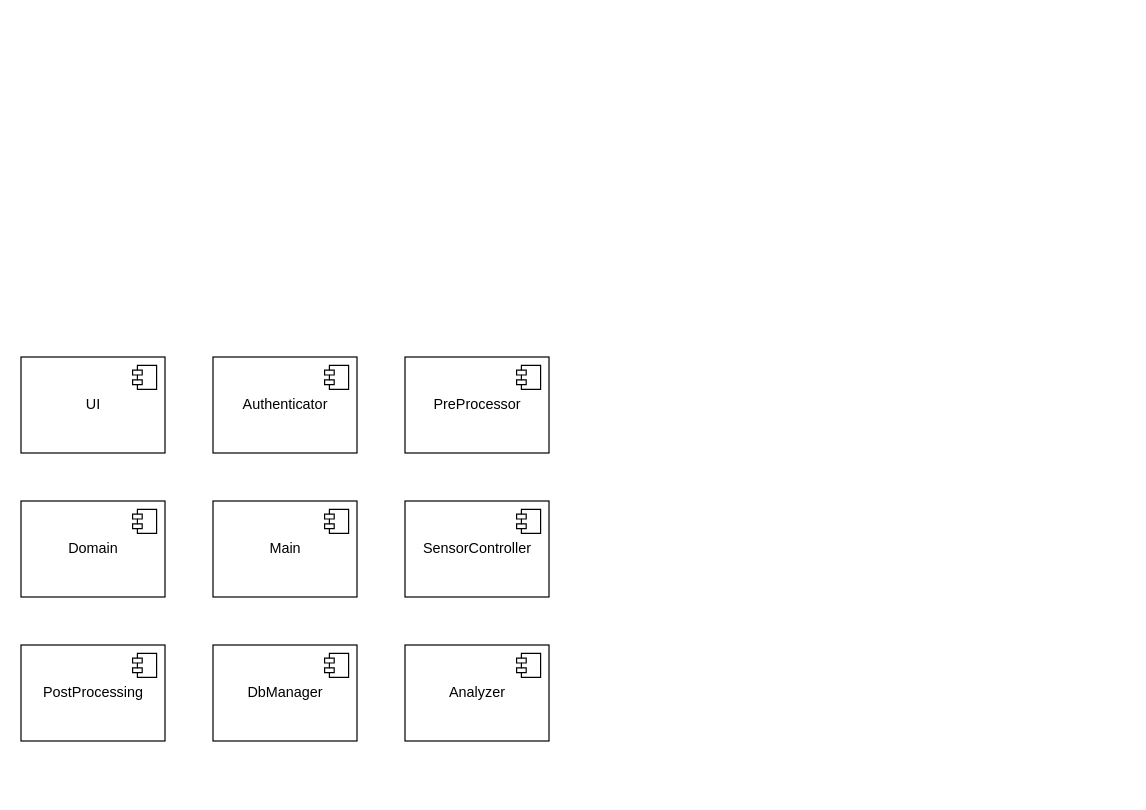
Earlier version of the draw.io diagram UML/Architecture.drawio (LuisCarlosRojasTorres/CARBsoft.FishNet.Documentation). Source tidied: cells renumbered, new cells numbered last; positions are measured from the earlier drawing's top-left corner, leaving out a move shared by most shapes. Both pictures are drawn from the tidied source at 120%, with x=0, y=0 at pixel (20, 356).
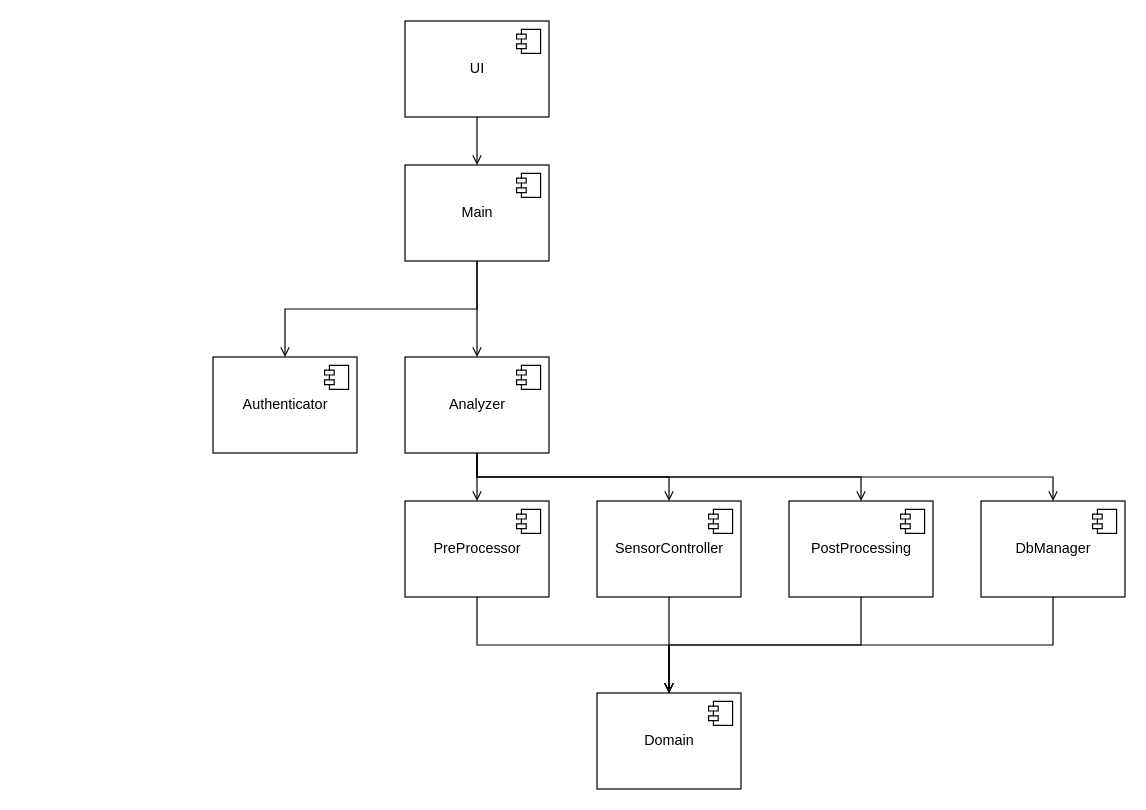
After the change.

Commit message (it also covers changes not shown here):
Added structure to components

Unchanged cells that the change refers to:
```xml
<mxCell id="4" value="Authenticator" style="html=1;" parent="1" vertex="1">
  <mxGeometry x="160" width="120" height="80" as="geometry" />
</mxCell>
```

Change to the diagram source:
```diff
@@
+    <mxCell id="20" style="edgeStyle=orthogonalEdgeStyle;rounded=0;jettySize=auto;html=1;exitX=0.5;exitY=1;exitDx=0;exitDy=0;endArrow=open;endFill=0;" parent="1" edge="1" source="2" target="10">
+      <mxGeometry relative="1" as="geometry" />
+    </mxCell>
     <mxCell id="2" value="UI" style="html=1;" parent="1" vertex="1">
-      <mxGeometry width="120" height="80" as="geometry" />
+      <mxGeometry x="320" y="-280" width="120" height="80" as="geometry" />
     </mxCell>
@@
+    <mxCell id="21" style="edgeStyle=orthogonalEdgeStyle;rounded=0;jettySize=auto;html=1;exitX=0.5;exitY=1;exitDx=0;exitDy=0;endArrow=open;endFill=0;" parent="1" edge="1" source="6" target="12">
+      <mxGeometry relative="1" as="geometry" />
+    </mxCell>
     <mxCell id="6" value="PreProcessor" style="html=1;" parent="1" vertex="1">
-      <mxGeometry x="320" width="120" height="80" as="geometry" />
+      <mxGeometry x="320" y="120" width="120" height="80" as="geometry" />
     </mxCell>
@@
+    <mxCell id="22" style="edgeStyle=orthogonalEdgeStyle;rounded=0;jettySize=auto;html=1;exitX=0.5;exitY=1;exitDx=0;exitDy=0;endArrow=open;endFill=0;" parent="1" edge="1" source="8" target="12">
+      <mxGeometry relative="1" as="geometry" />
+    </mxCell>
     <mxCell id="8" value="SensorController" style="html=1;" parent="1" vertex="1">
-      <mxGeometry x="320" y="120" width="120" height="80" as="geometry" />
+      <mxGeometry x="480" y="120" width="120" height="80" as="geometry" />
     </mxCell>
@@
+    <mxCell id="23" style="edgeStyle=orthogonalEdgeStyle;rounded=0;jettySize=auto;html=1;exitX=0.5;exitY=1;exitDx=0;exitDy=0;entryX=0.5;entryY=0;entryDx=0;entryDy=0;endArrow=open;endFill=0;" parent="1" edge="1" source="10" target="14">
+      <mxGeometry relative="1" as="geometry" />
+    </mxCell>
+    <mxCell id="24" style="edgeStyle=orthogonalEdgeStyle;rounded=0;jettySize=auto;html=1;exitX=0.5;exitY=1;exitDx=0;exitDy=0;endArrow=open;endFill=0;" parent="1" edge="1" source="10" target="4">
+      <mxGeometry relative="1" as="geometry" />
+    </mxCell>
     <mxCell id="10" value="Main" style="html=1;" parent="1" vertex="1">
-      <mxGeometry x="160" y="120" width="120" height="80" as="geometry" />
+      <mxGeometry x="320" y="-160" width="120" height="80" as="geometry" />
     </mxCell>
@@
     <mxCell id="12" value="Domain" style="html=1;" parent="1" vertex="1">
-      <mxGeometry y="120" width="120" height="80" as="geometry" />
+      <mxGeometry x="480" y="280" width="120" height="80" as="geometry" />
     </mxCell>
@@
+    <mxCell id="25" style="edgeStyle=orthogonalEdgeStyle;rounded=0;jettySize=auto;html=1;exitX=0.5;exitY=1;exitDx=0;exitDy=0;endArrow=open;endFill=0;" parent="1" edge="1" source="14" target="6">
+      <mxGeometry relative="1" as="geometry" />
+    </mxCell>
+    <mxCell id="26" style="edgeStyle=orthogonalEdgeStyle;rounded=0;jettySize=auto;html=1;exitX=0.5;exitY=1;exitDx=0;exitDy=0;endArrow=open;endFill=0;" parent="1" edge="1" source="14" target="8">
+      <mxGeometry relative="1" as="geometry" />
+    </mxCell>
+    <mxCell id="27" style="edgeStyle=orthogonalEdgeStyle;rounded=0;jettySize=auto;html=1;exitX=0.5;exitY=1;exitDx=0;exitDy=0;endArrow=open;endFill=0;" parent="1" edge="1" source="14" target="18">
+      <mxGeometry relative="1" as="geometry" />
+    </mxCell>
+    <mxCell id="28" style="edgeStyle=orthogonalEdgeStyle;rounded=0;jettySize=auto;html=1;exitX=0.5;exitY=1;exitDx=0;exitDy=0;endArrow=open;endFill=0;" parent="1" edge="1" source="14" target="16">
+      <mxGeometry relative="1" as="geometry" />
+    </mxCell>
     <mxCell id="14" value="Analyzer" style="html=1;" parent="1" vertex="1">
-      <mxGeometry x="320" y="240" width="120" height="80" as="geometry" />
+      <mxGeometry x="320" width="120" height="80" as="geometry" />
     </mxCell>
@@
+    <mxCell id="29" style="edgeStyle=orthogonalEdgeStyle;rounded=0;jettySize=auto;html=1;exitX=0.5;exitY=1;exitDx=0;exitDy=0;endArrow=open;endFill=0;" parent="1" edge="1" source="16" target="12">
+      <mxGeometry relative="1" as="geometry" />
+    </mxCell>
     <mxCell id="16" value="DbManager" style="html=1;" parent="1" vertex="1">
-      <mxGeometry x="160" y="240" width="120" height="80" as="geometry" />
+      <mxGeometry x="800" y="120" width="120" height="80" as="geometry" />
     </mxCell>
@@
+    <mxCell id="30" style="edgeStyle=orthogonalEdgeStyle;rounded=0;jettySize=auto;html=1;exitX=0.5;exitY=1;exitDx=0;exitDy=0;endArrow=open;endFill=0;" parent="1" edge="1" source="18" target="12">
+      <mxGeometry relative="1" as="geometry" />
+    </mxCell>
     <mxCell id="18" value="PostProcessing" style="html=1;" parent="1" vertex="1">
-      <mxGeometry y="240" width="120" height="80" as="geometry" />
+      <mxGeometry x="640" y="120" width="120" height="80" as="geometry" />
     </mxCell>
```
